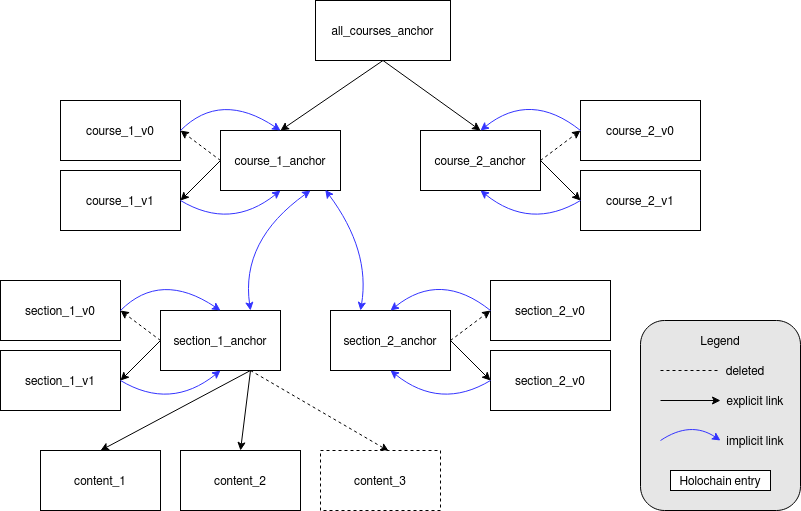
The draw.io diagram pictures/leap_data_model.png in holochain-devcamp/devcamp7-leap, before a commit. Source tidied: cells renumbered, new cells last; positions are measured from the earlier drawing's top-left corner, leaving out a move shared by most shapes. Its diagram source:
```xml
<mxGraphModel>
  <root>
    <mxCell id="0" />
    <mxCell id="1" parent="0" />
    <mxCell id="2" value="all_courses_anchor" style="rounded=0;whiteSpace=wrap;html=1;" parent="1" vertex="1">
      <mxGeometry x="315" width="135" height="60" as="geometry" />
    </mxCell>
    <mxCell id="3" value="course_1_anchor" style="rounded=0;whiteSpace=wrap;html=1;" parent="1" vertex="1">
      <mxGeometry x="220" y="130" width="120" height="60" as="geometry" />
    </mxCell>
    <mxCell id="4" value="course_1_v0" style="rounded=0;whiteSpace=wrap;html=1;" parent="1" vertex="1">
      <mxGeometry x="60" y="100" width="120" height="60" as="geometry" />
    </mxCell>
    <mxCell id="5" value="course_1_v1" style="rounded=0;whiteSpace=wrap;html=1;" parent="1" vertex="1">
      <mxGeometry x="60" y="170" width="120" height="60" as="geometry" />
    </mxCell>
    <mxCell id="6" style="endArrow=classic;html=1;entryX=1;entryY=0.5;entryDx=0;entryDy=0;exitX=0;exitY=0.5;exitDx=0;exitDy=0;dashed=1;" parent="1" edge="1" source="3" target="4">
      <mxGeometry relative="1" as="geometry" />
    </mxCell>
    <mxCell id="7" style="endArrow=classic;html=1;entryX=1;entryY=0.5;entryDx=0;entryDy=0;exitX=0;exitY=0.5;exitDx=0;exitDy=0;" parent="1" edge="1" source="3" target="5">
      <mxGeometry relative="1" as="geometry" />
    </mxCell>
    <mxCell id="8" style="curved=1;endArrow=classic;html=1;fillColor=#d5e8d4;strokeColor=#3333FF;exitX=1;exitY=0.5;exitDx=0;exitDy=0;entryX=0.5;entryY=0;entryDx=0;entryDy=0;" parent="1" edge="1" source="4" target="3">
      <mxGeometry relative="1" as="geometry">
        <Array as="points">
          <mxPoint x="220" y="90" />
        </Array>
      </mxGeometry>
    </mxCell>
    <mxCell id="9" style="curved=1;endArrow=classic;html=1;fillColor=#d5e8d4;strokeColor=#3333FF;exitX=1;exitY=0.5;exitDx=0;exitDy=0;entryX=0.5;entryY=1;entryDx=0;entryDy=0;" parent="1" edge="1" source="5" target="3">
      <mxGeometry relative="1" as="geometry">
        <Array as="points">
          <mxPoint x="230" y="230" />
        </Array>
      </mxGeometry>
    </mxCell>
    <mxCell id="10" style="endArrow=classic;html=1;entryX=0.5;entryY=0;entryDx=0;entryDy=0;exitX=0.5;exitY=1;exitDx=0;exitDy=0;" parent="1" edge="1" source="2" target="3">
      <mxGeometry relative="1" as="geometry" />
    </mxCell>
    <mxCell id="11" style="endArrow=classic;html=1;entryX=0.5;entryY=0;entryDx=0;entryDy=0;exitX=0.5;exitY=1;exitDx=0;exitDy=0;" parent="1" edge="1" source="2" target="12">
      <mxGeometry relative="1" as="geometry" />
    </mxCell>
    <mxCell id="12" value="course_2_anchor" style="rounded=0;whiteSpace=wrap;html=1;direction=east;" parent="1" vertex="1">
      <mxGeometry x="420" y="130" width="120" height="60" as="geometry" />
    </mxCell>
    <mxCell id="13" value="course_2_v0" style="rounded=0;whiteSpace=wrap;html=1;direction=east;" parent="1" vertex="1">
      <mxGeometry x="580" y="100" width="120" height="60" as="geometry" />
    </mxCell>
    <mxCell id="14" value="course_2_v1" style="rounded=0;whiteSpace=wrap;html=1;direction=east;" parent="1" vertex="1">
      <mxGeometry x="580" y="170" width="120" height="60" as="geometry" />
    </mxCell>
    <mxCell id="15" style="endArrow=classic;html=1;entryX=0;entryY=0.5;entryDx=0;entryDy=0;exitX=1;exitY=0.5;exitDx=0;exitDy=0;dashed=1;" parent="1" edge="1" source="12" target="13">
      <mxGeometry relative="1" as="geometry" />
    </mxCell>
    <mxCell id="16" style="endArrow=classic;html=1;entryX=0;entryY=0.5;entryDx=0;entryDy=0;exitX=1;exitY=0.5;exitDx=0;exitDy=0;" parent="1" edge="1" source="12" target="14">
      <mxGeometry relative="1" as="geometry" />
    </mxCell>
    <mxCell id="17" style="curved=1;endArrow=classic;html=1;fillColor=#d5e8d4;strokeColor=#3333FF;entryX=0.5;entryY=0;entryDx=0;entryDy=0;exitX=0;exitY=0.5;exitDx=0;exitDy=0;" parent="1" edge="1" source="13" target="12">
      <mxGeometry relative="1" as="geometry">
        <Array as="points">
          <mxPoint x="530" y="90" />
        </Array>
      </mxGeometry>
    </mxCell>
    <mxCell id="18" style="curved=1;endArrow=classic;html=1;fillColor=#d5e8d4;strokeColor=#3333FF;exitX=0;exitY=0.5;exitDx=0;exitDy=0;entryX=0.5;entryY=1;entryDx=0;entryDy=0;" parent="1" edge="1" source="14" target="12">
      <mxGeometry relative="1" as="geometry">
        <Array as="points">
          <mxPoint x="530" y="230" />
        </Array>
      </mxGeometry>
    </mxCell>
    <mxCell id="19" value="section_1_anchor" style="rounded=0;whiteSpace=wrap;html=1;" parent="1" vertex="1">
      <mxGeometry x="160" y="310" width="120" height="60" as="geometry" />
    </mxCell>
    <mxCell id="20" value="section_1_v0" style="rounded=0;whiteSpace=wrap;html=1;" parent="1" vertex="1">
      <mxGeometry y="280" width="120" height="60" as="geometry" />
    </mxCell>
    <mxCell id="21" value="section_1_v1" style="rounded=0;whiteSpace=wrap;html=1;" parent="1" vertex="1">
      <mxGeometry y="350" width="120" height="60" as="geometry" />
    </mxCell>
    <mxCell id="22" style="endArrow=classic;html=1;entryX=1;entryY=0.5;entryDx=0;entryDy=0;exitX=0;exitY=0.5;exitDx=0;exitDy=0;dashed=1;" parent="1" edge="1" source="19" target="20">
      <mxGeometry relative="1" as="geometry" />
    </mxCell>
    <mxCell id="23" style="endArrow=classic;html=1;entryX=1;entryY=0.5;entryDx=0;entryDy=0;exitX=0;exitY=0.5;exitDx=0;exitDy=0;" parent="1" edge="1" source="19" target="21">
      <mxGeometry relative="1" as="geometry" />
    </mxCell>
    <mxCell id="24" style="curved=1;endArrow=classic;html=1;fillColor=#d5e8d4;strokeColor=#3333FF;exitX=1;exitY=0.5;exitDx=0;exitDy=0;entryX=0.5;entryY=0;entryDx=0;entryDy=0;" parent="1" edge="1" source="20" target="19">
      <mxGeometry relative="1" as="geometry">
        <Array as="points">
          <mxPoint x="160" y="270" />
        </Array>
      </mxGeometry>
    </mxCell>
    <mxCell id="25" style="curved=1;endArrow=classic;html=1;fillColor=#d5e8d4;strokeColor=#3333FF;exitX=1;exitY=0.5;exitDx=0;exitDy=0;entryX=0.5;entryY=1;entryDx=0;entryDy=0;" parent="1" edge="1" source="21" target="19">
      <mxGeometry relative="1" as="geometry">
        <Array as="points">
          <mxPoint x="170" y="410" />
        </Array>
      </mxGeometry>
    </mxCell>
    <mxCell id="26" value="section_2_anchor" style="rounded=0;whiteSpace=wrap;html=1;direction=east;" parent="1" vertex="1">
      <mxGeometry x="330" y="310" width="120" height="60" as="geometry" />
    </mxCell>
    <mxCell id="27" value="section_2_v0" style="rounded=0;whiteSpace=wrap;html=1;direction=east;" parent="1" vertex="1">
      <mxGeometry x="490" y="280" width="120" height="60" as="geometry" />
    </mxCell>
    <mxCell id="28" value="section_2_v0" style="rounded=0;whiteSpace=wrap;html=1;direction=east;" parent="1" vertex="1">
      <mxGeometry x="490" y="350" width="120" height="60" as="geometry" />
    </mxCell>
    <mxCell id="29" style="endArrow=classic;html=1;entryX=0;entryY=0.5;entryDx=0;entryDy=0;exitX=1;exitY=0.5;exitDx=0;exitDy=0;dashed=1;" parent="1" edge="1" source="26" target="27">
      <mxGeometry relative="1" as="geometry" />
    </mxCell>
    <mxCell id="30" style="endArrow=classic;html=1;entryX=0;entryY=0.5;entryDx=0;entryDy=0;exitX=1;exitY=0.5;exitDx=0;exitDy=0;" parent="1" edge="1" source="26" target="28">
      <mxGeometry relative="1" as="geometry" />
    </mxCell>
    <mxCell id="31" style="curved=1;endArrow=classic;html=1;fillColor=#d5e8d4;strokeColor=#3333FF;exitX=0;exitY=0.5;exitDx=0;exitDy=0;entryX=0.5;entryY=1;entryDx=0;entryDy=0;" parent="1" edge="1" source="28" target="26">
      <mxGeometry relative="1" as="geometry">
        <Array as="points">
          <mxPoint x="440" y="410" />
        </Array>
      </mxGeometry>
    </mxCell>
    <mxCell id="32" value="content_1" style="rounded=0;whiteSpace=wrap;html=1;direction=east;" parent="1" vertex="1">
      <mxGeometry x="40" y="450" width="120" height="60" as="geometry" />
    </mxCell>
    <mxCell id="33" value="content_2" style="rounded=0;whiteSpace=wrap;html=1;direction=east;" parent="1" vertex="1">
      <mxGeometry x="180" y="450" width="120" height="60" as="geometry" />
    </mxCell>
    <mxCell id="34" style="curved=1;endArrow=classic;html=1;fillColor=#d5e8d4;strokeColor=#3333FF;entryX=0.75;entryY=0;entryDx=0;entryDy=0;exitX=0.75;exitY=1;exitDx=0;exitDy=0;startArrow=classic;startFill=1;" parent="1" edge="1" source="3" target="19">
      <mxGeometry relative="1" as="geometry">
        <Array as="points">
          <mxPoint x="240" y="240" />
        </Array>
      </mxGeometry>
    </mxCell>
    <mxCell id="35" style="curved=1;endArrow=classic;html=1;fillColor=#d5e8d4;strokeColor=#3333FF;exitX=0.873;exitY=0.989;exitDx=0;exitDy=0;entryX=0.25;entryY=0;entryDx=0;entryDy=0;startArrow=classic;startFill=1;exitPerimeter=0;" parent="1" edge="1" source="3" target="26">
      <mxGeometry relative="1" as="geometry">
        <Array as="points">
          <mxPoint x="370" y="250" />
        </Array>
      </mxGeometry>
    </mxCell>
    <mxCell id="36" style="curved=1;endArrow=classic;html=1;fillColor=#d5e8d4;strokeColor=#3333FF;exitX=0;exitY=0.5;exitDx=0;exitDy=0;" parent="1" edge="1" source="27">
      <mxGeometry relative="1" as="geometry">
        <mxPoint x="390" y="310" as="targetPoint" />
        <Array as="points">
          <mxPoint x="440" y="270" />
        </Array>
      </mxGeometry>
    </mxCell>
    <mxCell id="37" style="endArrow=classic;html=1;exitX=0.75;exitY=1;exitDx=0;exitDy=0;entryX=0.5;entryY=0;entryDx=0;entryDy=0;" parent="1" edge="1" source="19" target="32">
      <mxGeometry relative="1" as="geometry" />
    </mxCell>
    <mxCell id="38" style="endArrow=classic;html=1;exitX=0.75;exitY=1;exitDx=0;exitDy=0;entryX=0.5;entryY=0;entryDx=0;entryDy=0;" parent="1" edge="1" source="19" target="33">
      <mxGeometry relative="1" as="geometry" />
    </mxCell>
    <mxCell id="39" style="endArrow=classic;html=1;exitX=0.75;exitY=1;exitDx=0;exitDy=0;entryX=0.569;entryY=0.009;entryDx=0;entryDy=0;entryPerimeter=0;dashed=1;" parent="1" edge="1" source="19" target="40">
      <mxGeometry relative="1" as="geometry" />
    </mxCell>
    <mxCell id="40" value="content_3" style="rounded=0;whiteSpace=wrap;html=1;direction=east;dashed=1;" parent="1" vertex="1">
      <mxGeometry x="320" y="450" width="120" height="60" as="geometry" />
    </mxCell>
    <mxCell id="41" style="group;" parent="1" vertex="1">
      <mxGeometry x="640" y="320" width="160" height="190" as="geometry" />
    </mxCell>
    <mxCell id="42" style="group;" parent="41" vertex="1">
      <mxGeometry width="160" height="190" as="geometry" />
    </mxCell>
    <mxCell id="43" style="rounded=1;whiteSpace=wrap;html=1;fillColor=#E6E6E6;" parent="42" vertex="1">
      <mxGeometry width="160" height="190" as="geometry" />
    </mxCell>
    <mxCell id="44" style="endArrow=none;html=1;dashed=1;" parent="42" edge="1" target="45">
      <mxGeometry relative="1" as="geometry">
        <mxPoint x="20" y="50" as="sourcePoint" />
      </mxGeometry>
    </mxCell>
    <mxCell id="45" value="deleted" style="text;html=1;strokeColor=none;fillColor=none;align=center;verticalAlign=middle;whiteSpace=wrap;rounded=0;" parent="42" vertex="1">
      <mxGeometry x="80" y="40" width="50" height="20" as="geometry" />
    </mxCell>
    <mxCell id="46" style="endArrow=classic;html=1;" parent="42" edge="1">
      <mxGeometry relative="1" as="geometry">
        <mxPoint x="20" y="80" as="sourcePoint" />
        <mxPoint x="80" y="80" as="targetPoint" />
      </mxGeometry>
    </mxCell>
    <mxCell id="47" value="explicit link" style="text;html=1;strokeColor=none;fillColor=none;align=center;verticalAlign=middle;whiteSpace=wrap;rounded=0;" parent="42" vertex="1">
      <mxGeometry x="80" y="70" width="70" height="20" as="geometry" />
    </mxCell>
    <mxCell id="48" style="curved=1;endArrow=classic;html=1;fillColor=#d5e8d4;strokeColor=#3333FF;" parent="42" edge="1">
      <mxGeometry relative="1" as="geometry">
        <mxPoint x="20" y="120" as="sourcePoint" />
        <mxPoint x="80" y="120" as="targetPoint" />
        <Array as="points">
          <mxPoint x="50" y="100" />
        </Array>
      </mxGeometry>
    </mxCell>
    <mxCell id="49" value="implicit link" style="text;html=1;strokeColor=none;fillColor=none;align=center;verticalAlign=middle;whiteSpace=wrap;rounded=0;" parent="42" vertex="1">
      <mxGeometry x="80" y="110" width="70" height="20" as="geometry" />
    </mxCell>
    <mxCell id="50" value="Holochain entry" style="rounded=0;whiteSpace=wrap;html=1;direction=east;" parent="42" vertex="1">
      <mxGeometry x="30" y="150" width="100" height="20" as="geometry" />
    </mxCell>
    <mxCell id="51" value="Legend" style="text;html=1;strokeColor=none;fillColor=none;align=center;verticalAlign=middle;whiteSpace=wrap;rounded=0;" parent="42" vertex="1">
      <mxGeometry x="60" y="10" width="40" height="20" as="geometry" />
    </mxCell>
  </root>
</mxGraphModel>
```
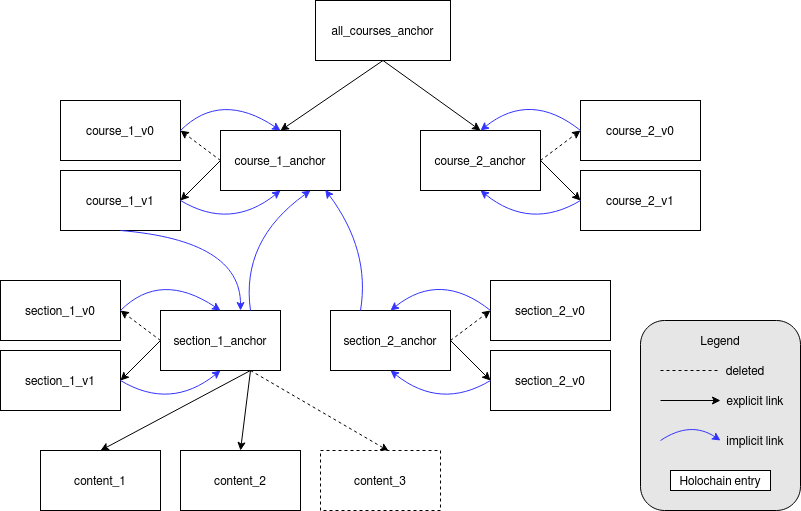
The same diagram one commit later.

Commit message:
pictures: fix for data model scheme

Diff of the diagram source:
```diff
@@ -126,14 +126,14 @@
     <mxCell id="33" value="content_2" style="rounded=0;whiteSpace=wrap;html=1;direction=east;" parent="1" vertex="1">
       <mxGeometry x="180" y="450" width="120" height="60" as="geometry" />
     </mxCell>
-    <mxCell id="34" style="curved=1;endArrow=classic;html=1;fillColor=#d5e8d4;strokeColor=#3333FF;entryX=0.75;entryY=0;entryDx=0;entryDy=0;exitX=0.75;exitY=1;exitDx=0;exitDy=0;startArrow=classic;startFill=1;" parent="1" edge="1" source="3" target="19">
+    <mxCell id="34" style="curved=1;endArrow=none;html=1;fillColor=#d5e8d4;strokeColor=#3333FF;entryX=0.75;entryY=0;entryDx=0;entryDy=0;exitX=0.75;exitY=1;exitDx=0;exitDy=0;startArrow=classic;startFill=1;endFill=0;" parent="1" edge="1" source="3" target="19">
       <mxGeometry relative="1" as="geometry">
         <Array as="points">
           <mxPoint x="240" y="240" />
         </Array>
       </mxGeometry>
     </mxCell>
-    <mxCell id="35" style="curved=1;endArrow=classic;html=1;fillColor=#d5e8d4;strokeColor=#3333FF;exitX=0.873;exitY=0.989;exitDx=0;exitDy=0;entryX=0.25;entryY=0;entryDx=0;entryDy=0;startArrow=classic;startFill=1;exitPerimeter=0;" parent="1" edge="1" source="3" target="26">
+    <mxCell id="35" style="curved=1;endArrow=none;html=1;fillColor=#d5e8d4;strokeColor=#3333FF;exitX=0.873;exitY=0.989;exitDx=0;exitDy=0;entryX=0.25;entryY=0;entryDx=0;entryDy=0;startArrow=classic;startFill=1;exitPerimeter=0;endFill=0;" parent="1" edge="1" source="3" target="26">
       <mxGeometry relative="1" as="geometry">
         <Array as="points">
           <mxPoint x="370" y="250" />
@@ -204,5 +204,12 @@
     <mxCell id="51" value="Legend" style="text;html=1;strokeColor=none;fillColor=none;align=center;verticalAlign=middle;whiteSpace=wrap;rounded=0;" parent="42" vertex="1">
       <mxGeometry x="60" y="10" width="40" height="20" as="geometry" />
     </mxCell>
+    <mxCell id="52" style="curved=1;endArrow=classic;html=1;fillColor=#d5e8d4;strokeColor=#3333FF;exitX=0.5;exitY=1;exitDx=0;exitDy=0;entryX=0.667;entryY=0;entryDx=0;entryDy=0;entryPerimeter=0;" parent="1" edge="1" source="5" target="19">
+      <mxGeometry relative="1" as="geometry">
+        <Array as="points">
+          <mxPoint x="240" y="240" />
+        </Array>
+      </mxGeometry>
+    </mxCell>
   </root>
 </mxGraphModel>
```
